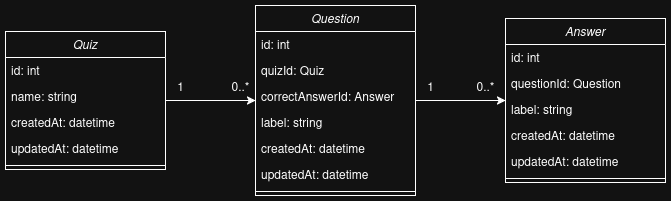
Earlier version of the draw.io export assets/class_diagram.png (nleo-m/cd-quiz-api). Source tidied: cells renumbered, new cells last; positions are measured from the earlier drawing's top-left corner, leaving out a move shared by most shapes.
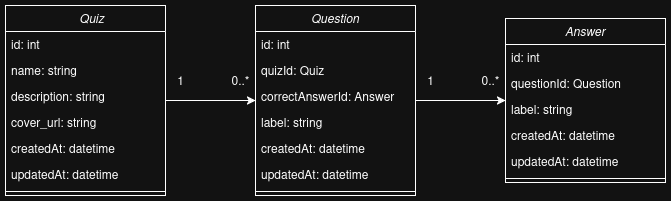
After the change.

Commit message:
fix: update class diagram and README

What changed in the source:
```diff
@@ -5,8 +5,8 @@
     <mxCell id="2" style="edgeStyle=orthogonalEdgeStyle;rounded=0;jettySize=auto;html=1;" parent="1" edge="1" source="3" target="10">
       <mxGeometry relative="1" as="geometry" />
     </mxCell>
-    <mxCell id="3" value="Quiz" style="swimlane;fontStyle=2;align=center;verticalAlign=top;horizontal=1;startSize=26;rounded=0;shadow=0;strokeWidth=1;" parent="1" vertex="1">
-      <mxGeometry y="26" width="160" height="138" as="geometry" />
+    <mxCell id="3" value="    Quiz" style="swimlane;fontStyle=2;align=center;verticalAlign=top;horizontal=1;startSize=26;rounded=0;shadow=0;strokeWidth=1;" parent="1" vertex="1">
+      <mxGeometry width="160" height="190" as="geometry" />
     </mxCell>
     <mxCell id="4" value="id: int" style="text;align=left;verticalAlign=top;spacingLeft=4;spacingRight=4;overflow=hidden;" parent="3" vertex="1">
       <mxGeometry y="26" width="160" height="26" as="geometry" />
@@ -14,14 +14,20 @@
     <mxCell id="5" value="name: string" style="text;align=left;verticalAlign=top;spacingLeft=4;spacingRight=4;overflow=hidden;rounded=0;shadow=0;html=0;" parent="3" vertex="1">
       <mxGeometry y="52" width="160" height="26" as="geometry" />
     </mxCell>
+    <mxCell id="29" value="description: string" style="text;align=left;verticalAlign=top;spacingLeft=4;spacingRight=4;overflow=hidden;rounded=0;shadow=0;html=0;" parent="3" vertex="1">
+      <mxGeometry y="78" width="160" height="26" as="geometry" />
+    </mxCell>
+    <mxCell id="30" value="cover_url: string" style="text;align=left;verticalAlign=top;spacingLeft=4;spacingRight=4;overflow=hidden;rounded=0;shadow=0;html=0;" parent="3" vertex="1">
+      <mxGeometry y="104" width="160" height="26" as="geometry" />
+    </mxCell>
     <mxCell id="6" value="createdAt: datetime" style="text;align=left;verticalAlign=top;spacingLeft=4;spacingRight=4;overflow=hidden;rounded=0;shadow=0;html=0;" parent="3" vertex="1">
-      <mxGeometry y="78" width="160" height="26" as="geometry" />
+      <mxGeometry y="130" width="160" height="26" as="geometry" />
     </mxCell>
-    <mxCell id="7" value="updatedAt: datetime" style="text;align=left;verticalAlign=top;spacingLeft=4;spacingRight=4;overflow=hidden;rounded=0;shadow=0;html=0;" parent="3" vertex="1">
-      <mxGeometry y="104" width="160" height="26" as="geometry" />
-    </mxCell>
+    <mxCell id="31" value="updatedAt: datetime" style="text;align=left;verticalAlign=top;spacingLeft=4;spacingRight=4;overflow=hidden;rounded=0;shadow=0;html=0;" parent="3" vertex="1">
+      <mxGeometry y="156" width="160" height="26" as="geometry" />
+    </mxCell>
     <mxCell id="8" style="line;html=1;strokeWidth=1;align=left;verticalAlign=middle;spacingTop=-1;spacingLeft=3;spacingRight=3;labelPosition=right;" parent="3" vertex="1">
-      <mxGeometry y="130" width="160" height="8" as="geometry" />
+      <mxGeometry y="182" width="160" height="8" as="geometry" />
     </mxCell>
     <mxCell id="9" style="edgeStyle=orthogonalEdgeStyle;rounded=0;jettySize=auto;html=1;" parent="1" edge="1" source="10" target="18">
       <mxGeometry relative="1" as="geometry" />
@@ -29,13 +35,13 @@
     <mxCell id="10" value="Question" style="swimlane;fontStyle=2;align=center;verticalAlign=top;horizontal=1;startSize=26;rounded=0;shadow=0;strokeWidth=1;" parent="1" vertex="1">
       <mxGeometry x="250" width="160" height="190" as="geometry" />
     </mxCell>
-    <mxCell id="11" value="id: int" style="text;align=left;verticalAlign=top;spacingLeft=4;spacingRight=4;overflow=hidden;" parent="10" vertex="1">
-      <mxGeometry y="26" width="160" height="26" as="geometry" />
-    </mxCell>
+    <mxCell id="32" value="id: int" style="text;align=left;verticalAlign=top;spacingLeft=4;spacingRight=4;overflow=hidden;" parent="10" vertex="1">
+      <mxGeometry y="26" width="160" height="26" as="geometry" />
+    </mxCell>
-    <mxCell id="12" value="quizId: Quiz" style="text;align=left;verticalAlign=top;spacingLeft=4;spacingRight=4;overflow=hidden;rounded=0;shadow=0;html=0;" parent="10" vertex="1">
+    <mxCell id="12" value="quizId: Quiz" style="text;align=left;verticalAlign=top;spacingLeft=4;spacingRight=4;overflow=hidden;" parent="10" vertex="1">
       <mxGeometry y="52" width="160" height="26" as="geometry" />
     </mxCell>
-    <mxCell id="13" value="correctAnswerId: Answer" style="text;align=left;verticalAlign=top;spacingLeft=4;spacingRight=4;overflow=hidden;rounded=0;shadow=0;html=0;" parent="10" vertex="1">
+    <mxCell id="13" value="correctAnswerId: Answer" style="text;align=left;verticalAlign=top;spacingLeft=4;spacingRight=4;overflow=hidden;" parent="10" vertex="1">
       <mxGeometry y="78" width="160" height="26" as="geometry" />
     </mxCell>
     <mxCell id="14" value="label: string" style="text;align=left;verticalAlign=top;spacingLeft=4;spacingRight=4;overflow=hidden;rounded=0;shadow=0;html=0;" parent="10" vertex="1">
@@ -44,19 +50,25 @@
     <mxCell id="15" value="createdAt: datetime" style="text;align=left;verticalAlign=top;spacingLeft=4;spacingRight=4;overflow=hidden;rounded=0;shadow=0;html=0;" parent="10" vertex="1">
       <mxGeometry y="130" width="160" height="26" as="geometry" />
     </mxCell>
-    <mxCell id="16" value="updatedAt: datetime" style="text;align=left;verticalAlign=top;spacingLeft=4;spacingRight=4;overflow=hidden;rounded=0;shadow=0;html=0;" parent="10" vertex="1">
-      <mxGeometry y="156" width="160" height="26" as="geometry" />
-    </mxCell>
+    <mxCell id="33" value="updatedAt: datetime" style="text;align=left;verticalAlign=top;spacingLeft=4;spacingRight=4;overflow=hidden;rounded=0;shadow=0;html=0;" parent="10" vertex="1">
+      <mxGeometry y="156" width="160" height="26" as="geometry" />
+    </mxCell>
     <mxCell id="17" style="line;html=1;strokeWidth=1;align=left;verticalAlign=middle;spacingTop=-1;spacingLeft=3;spacingRight=3;labelPosition=right;" parent="10" vertex="1">
       <mxGeometry y="182" width="160" height="8" as="geometry" />
     </mxCell>
+    <mxCell id="34" value="1" style="text;html=1;align=center;verticalAlign=middle;strokeColor=none;fillColor=none;" parent="1" vertex="1">
+      <mxGeometry x="160" y="60" width="30" height="30" as="geometry" />
+    </mxCell>
+    <mxCell id="35" value="0..*" style="text;html=1;align=center;verticalAlign=middle;strokeColor=none;fillColor=none;" parent="1" vertex="1">
+      <mxGeometry x="215" y="60" width="40" height="30" as="geometry" />
+    </mxCell>
     <mxCell id="18" value="Answer" style="swimlane;fontStyle=2;align=center;verticalAlign=top;horizontal=1;startSize=26;rounded=0;shadow=0;strokeWidth=1;" parent="1" vertex="1">
       <mxGeometry x="500" y="13" width="160" height="164" as="geometry" />
     </mxCell>
-    <mxCell id="19" value="id: int" style="text;align=left;verticalAlign=top;spacingLeft=4;spacingRight=4;overflow=hidden;" parent="18" vertex="1">
-      <mxGeometry y="26" width="160" height="26" as="geometry" />
-    </mxCell>
+    <mxCell id="36" value="id: int" style="text;align=left;verticalAlign=top;spacingLeft=4;spacingRight=4;overflow=hidden;" parent="18" vertex="1">
+      <mxGeometry y="26" width="160" height="26" as="geometry" />
+    </mxCell>
-    <mxCell id="20" value="questionId: Question" style="text;align=left;verticalAlign=top;spacingLeft=4;spacingRight=4;overflow=hidden;rounded=0;shadow=0;html=0;" parent="18" vertex="1">
+    <mxCell id="20" value="questionId: Question" style="text;align=left;verticalAlign=top;spacingLeft=4;spacingRight=4;overflow=hidden;" parent="18" vertex="1">
       <mxGeometry y="52" width="160" height="26" as="geometry" />
     </mxCell>
     <mxCell id="21" value="label: string" style="text;align=left;verticalAlign=top;spacingLeft=4;spacingRight=4;overflow=hidden;rounded=0;shadow=0;html=0;" parent="18" vertex="1">
@@ -71,17 +83,11 @@
     <mxCell id="24" style="line;html=1;strokeWidth=1;align=left;verticalAlign=middle;spacingTop=-1;spacingLeft=3;spacingRight=3;labelPosition=right;" parent="18" vertex="1">
       <mxGeometry y="156" width="160" height="8" as="geometry" />
     </mxCell>
-    <mxCell id="25" value="1" style="text;html=1;align=center;verticalAlign=middle;strokeColor=none;fillColor=none;" parent="1" vertex="1">
-      <mxGeometry x="160" y="66" width="30" height="30" as="geometry" />
-    </mxCell>
-    <mxCell id="26" value="0..*" style="text;html=1;align=center;verticalAlign=middle;strokeColor=none;fillColor=none;" parent="1" vertex="1">
-      <mxGeometry x="215" y="66" width="40" height="30" as="geometry" />
-    </mxCell>
-    <mxCell id="27" value="1" style="text;html=1;align=center;verticalAlign=middle;strokeColor=none;fillColor=none;" parent="1" vertex="1">
-      <mxGeometry x="410" y="66" width="30" height="30" as="geometry" />
-    </mxCell>
-    <mxCell id="28" value="0..*" style="text;html=1;align=center;verticalAlign=middle;strokeColor=none;fillColor=none;" parent="1" vertex="1">
-      <mxGeometry x="460" y="66" width="40" height="30" as="geometry" />
-    </mxCell>
+    <mxCell id="37" value="1" style="text;html=1;align=center;verticalAlign=middle;strokeColor=none;fillColor=none;" parent="1" vertex="1">
+      <mxGeometry x="410" y="60" width="30" height="30" as="geometry" />
+    </mxCell>
+    <mxCell id="38" value="0..*" style="text;html=1;align=center;verticalAlign=middle;strokeColor=none;fillColor=none;" parent="1" vertex="1">
+      <mxGeometry x="465" y="60" width="40" height="30" as="geometry" />
+    </mxCell>
   </root>
 </mxGraphModel>
```
